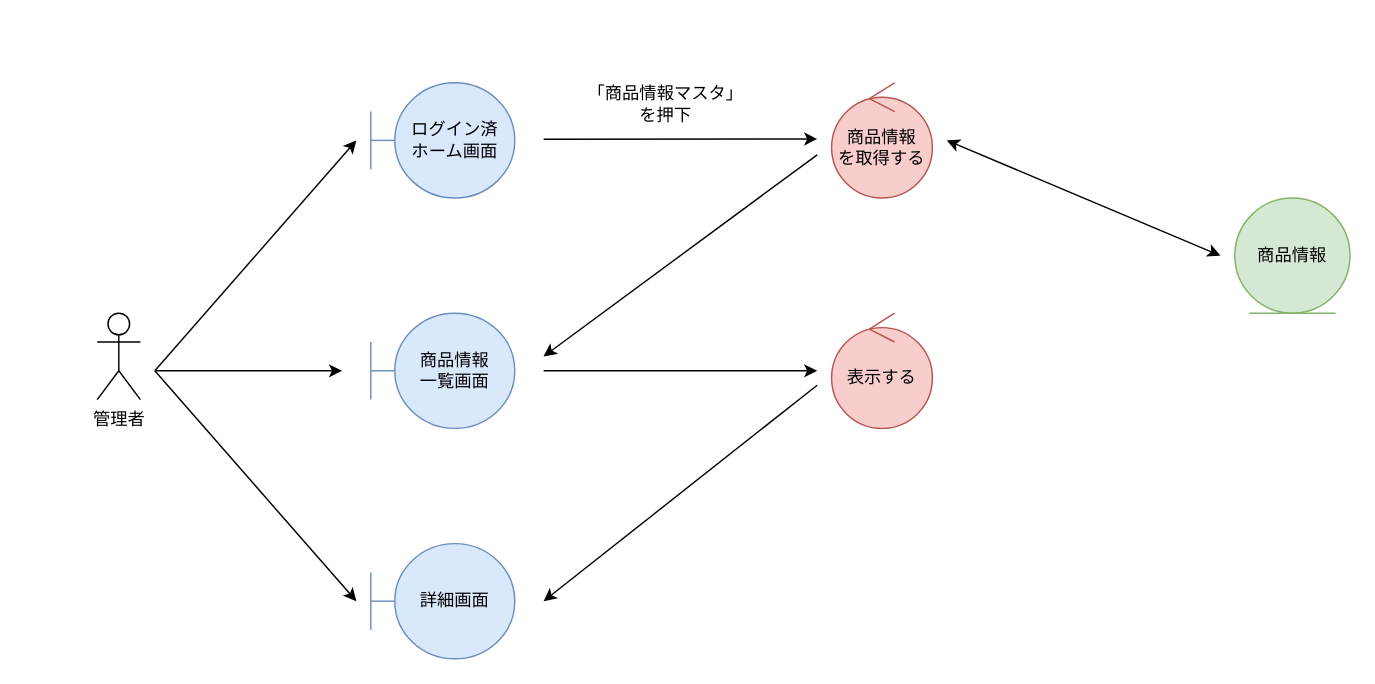
This is page "*商品情報管理_参照" (2 of 4) of 各種設計書/3ロバストネス図/マスタ管理/4.商品情報マスタ.drawio from HaruShim/Sotuken, a draw.io file, before an edit. Source tidied: cells renumbered, new cells numbered last; positions are measured from the earlier drawing's top-left corner, leaving out a move shared by most shapes. Both pictures are drawn from the tidied source at 144%, with x=0, y=0 at pixel (96, 82).
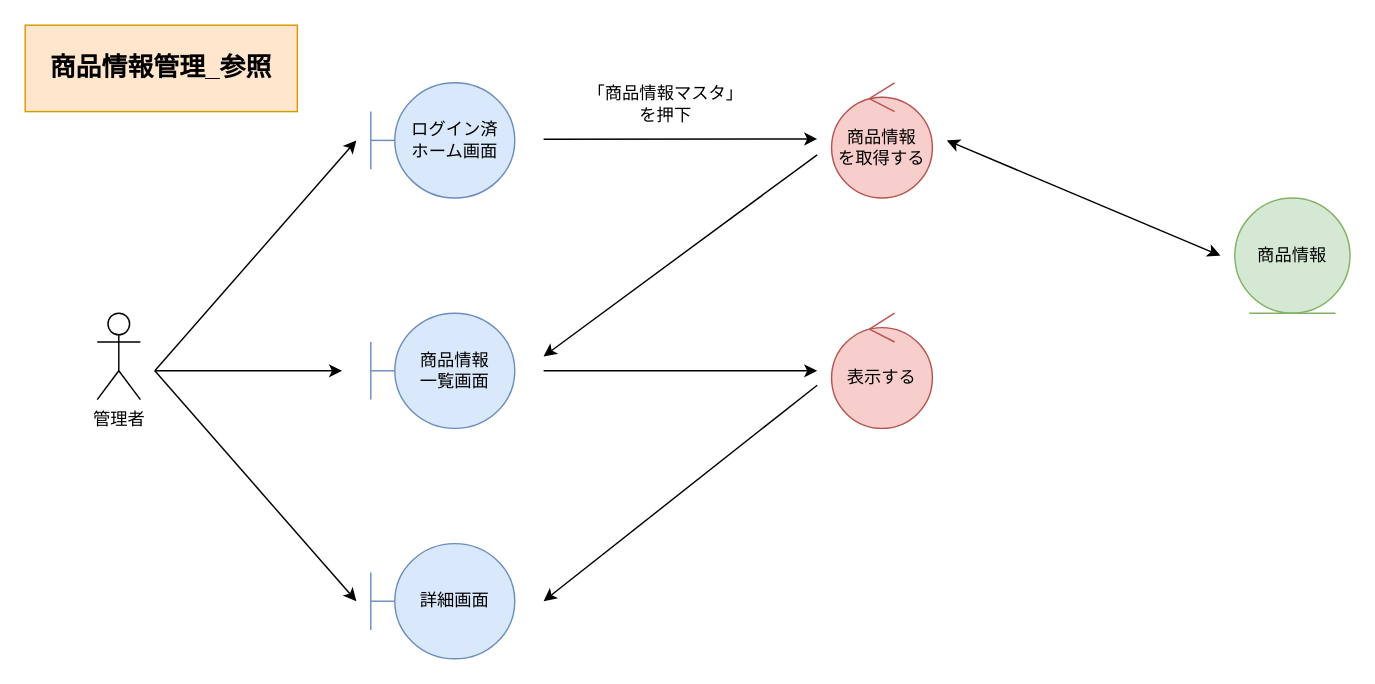
After the change.

Diff of the diagram source:
```diff
@@
+    <mxCell id="18" value="商品情報管理_参照" style="rounded=0;whiteSpace=wrap;html=1;fillColor=#ffe6cc;strokeColor=#d79b00;fontStyle=1;fontSize=18;" parent="1" vertex="1">
+      <mxGeometry x="-50" y="-40" width="189" height="60" as="geometry" />
+    </mxCell>
```
